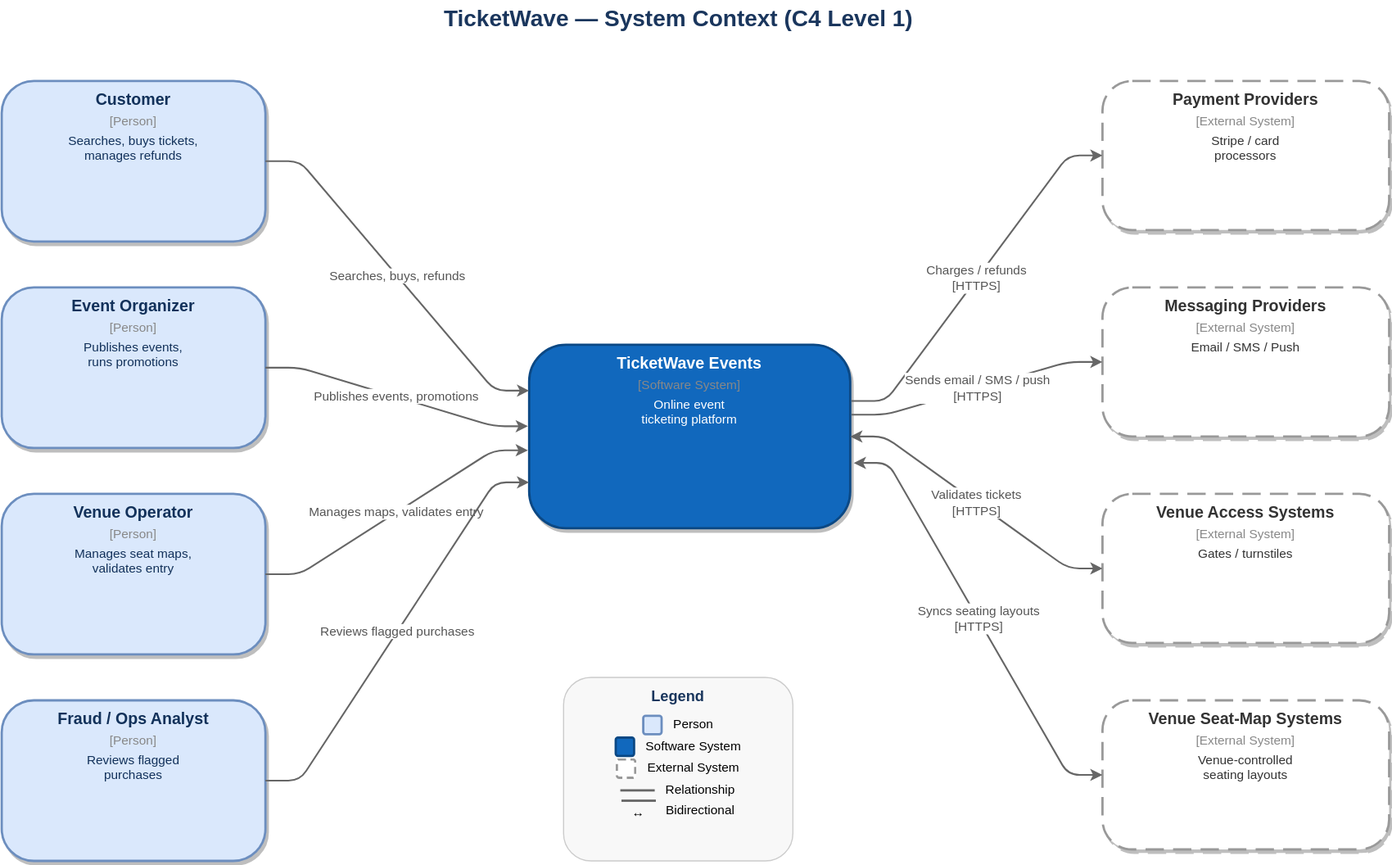
This is diagrams/c4model/ticketwave-c1-context.drawio.svg from Juanchoque1206/soe-TicketWave, a draw.io export, as it was before one commit. Source tidied: cells renumbered, new cells last; positions are measured from the earlier drawing's top-left corner, leaving out a move shared by most shapes. Its diagram source:
```xml
<mxGraphModel>
  <root>
    <mxCell id="0" />
    <mxCell id="1" parent="0" />
    <mxCell id="2" value="TicketWave — System Context (C4 Level 1)" style="text;html=1;fontSize=20;fontStyle=1;align=center;verticalAlign=middle;fillColor=none;strokeColor=none;fontColor=#1a365d;" parent="1" vertex="1">
      <mxGeometry x="240" width="700" height="30" as="geometry" />
    </mxCell>
    <mxCell id="3" value="&lt;div style=&quot;text-align:center;padding:8px;&quot;&gt;&lt;div style=&quot;font-size:14px;font-weight:bold;color:#12315a;margin-bottom:4px;&quot;&gt;Customer&lt;/div&gt;&lt;div style=&quot;font-size:11px;color:#888;margin-bottom:4px;&quot;&gt;[Person]&lt;/div&gt;&lt;div style=&quot;font-size:11px;color:#12315a;&quot;&gt;Searches, buys tickets,&lt;br/&gt;manages refunds&lt;/div&gt;&lt;/div&gt;" style="rounded=1;whiteSpace=wrap;html=1;overflow=fill;fillColor=#dae8fc;strokeColor=#6c8ebf;strokeWidth=2;fontSize=12;verticalAlign=top;shadow=1;arcSize=20;" parent="1" vertex="1">
      <mxGeometry y="70" width="230" height="140" as="geometry" />
    </mxCell>
    <mxCell id="4" value="&lt;div style=&quot;text-align:center;padding:8px;&quot;&gt;&lt;div style=&quot;font-size:14px;font-weight:bold;color:#12315a;margin-bottom:4px;&quot;&gt;Event Organizer&lt;/div&gt;&lt;div style=&quot;font-size:11px;color:#888;margin-bottom:4px;&quot;&gt;[Person]&lt;/div&gt;&lt;div style=&quot;font-size:11px;color:#12315a;&quot;&gt;Publishes events,&lt;br/&gt;runs promotions&lt;/div&gt;&lt;/div&gt;" style="rounded=1;whiteSpace=wrap;html=1;overflow=fill;fillColor=#dae8fc;strokeColor=#6c8ebf;strokeWidth=2;fontSize=12;verticalAlign=top;shadow=1;arcSize=20;" parent="1" vertex="1">
      <mxGeometry y="250" width="230" height="140" as="geometry" />
    </mxCell>
    <mxCell id="5" value="&lt;div style=&quot;text-align:center;padding:8px;&quot;&gt;&lt;div style=&quot;font-size:14px;font-weight:bold;color:#12315a;margin-bottom:4px;&quot;&gt;Venue Operator&lt;/div&gt;&lt;div style=&quot;font-size:11px;color:#888;margin-bottom:4px;&quot;&gt;[Person]&lt;/div&gt;&lt;div style=&quot;font-size:11px;color:#12315a;&quot;&gt;Manages seat maps,&lt;br/&gt;validates entry&lt;/div&gt;&lt;/div&gt;" style="rounded=1;whiteSpace=wrap;html=1;overflow=fill;fillColor=#dae8fc;strokeColor=#6c8ebf;strokeWidth=2;fontSize=12;verticalAlign=top;shadow=1;arcSize=20;" parent="1" vertex="1">
      <mxGeometry y="430" width="230" height="140" as="geometry" />
    </mxCell>
    <mxCell id="6" value="&lt;div style=&quot;text-align:center;padding:8px;&quot;&gt;&lt;div style=&quot;font-size:14px;font-weight:bold;color:#12315a;margin-bottom:4px;&quot;&gt;Fraud / Ops Analyst&lt;/div&gt;&lt;div style=&quot;font-size:11px;color:#888;margin-bottom:4px;&quot;&gt;[Person]&lt;/div&gt;&lt;div style=&quot;font-size:11px;color:#12315a;&quot;&gt;Reviews flagged&lt;br/&gt;purchases&lt;/div&gt;&lt;/div&gt;" style="rounded=1;whiteSpace=wrap;html=1;overflow=fill;fillColor=#dae8fc;strokeColor=#6c8ebf;strokeWidth=2;fontSize=12;verticalAlign=top;shadow=1;arcSize=20;" parent="1" vertex="1">
      <mxGeometry y="610" width="230" height="140" as="geometry" />
    </mxCell>
    <mxCell id="7" value="&lt;div style=&quot;text-align:center;padding:8px;&quot;&gt;&lt;div style=&quot;font-size:14px;font-weight:bold;color:#ffffff;margin-bottom:4px;&quot;&gt;TicketWave Events&lt;/div&gt;&lt;div style=&quot;font-size:11px;color:#888;margin-bottom:4px;&quot;&gt;[Software System]&lt;/div&gt;&lt;div style=&quot;font-size:11px;color:#ffffff;&quot;&gt;Online event&lt;br/&gt;ticketing platform&lt;/div&gt;&lt;/div&gt;" style="rounded=1;whiteSpace=wrap;html=1;overflow=fill;fillColor=#1168bd;strokeColor=#0b4884;strokeWidth=2;fontSize=12;verticalAlign=top;shadow=1;arcSize=20;fontColor=#ffffff;" parent="1" vertex="1">
      <mxGeometry x="460" y="300" width="280" height="160" as="geometry" />
    </mxCell>
    <mxCell id="8" value="&lt;div style=&quot;text-align:center;padding:8px;&quot;&gt;&lt;div style=&quot;font-size:14px;font-weight:bold;color:#333333;margin-bottom:4px;&quot;&gt;Payment Providers&lt;/div&gt;&lt;div style=&quot;font-size:11px;color:#888;margin-bottom:4px;&quot;&gt;[External System]&lt;/div&gt;&lt;div style=&quot;font-size:11px;color:#333333;&quot;&gt;Stripe / card&lt;br/&gt;processors&lt;/div&gt;&lt;/div&gt;" style="rounded=1;whiteSpace=wrap;html=1;overflow=fill;fillColor=#ffffff;strokeColor=#999999;strokeWidth=2;fontSize=12;verticalAlign=top;shadow=1;arcSize=20;dashed=1;dashPattern=8 4;" parent="1" vertex="1">
      <mxGeometry x="960" y="70" width="250" height="130" as="geometry" />
    </mxCell>
    <mxCell id="9" value="&lt;div style=&quot;text-align:center;padding:8px;&quot;&gt;&lt;div style=&quot;font-size:14px;font-weight:bold;color:#333333;margin-bottom:4px;&quot;&gt;Messaging Providers&lt;/div&gt;&lt;div style=&quot;font-size:11px;color:#888;margin-bottom:4px;&quot;&gt;[External System]&lt;/div&gt;&lt;div style=&quot;font-size:11px;color:#333333;&quot;&gt;Email / SMS / Push&lt;/div&gt;&lt;/div&gt;" style="rounded=1;whiteSpace=wrap;html=1;overflow=fill;fillColor=#ffffff;strokeColor=#999999;strokeWidth=2;fontSize=12;verticalAlign=top;shadow=1;arcSize=20;dashed=1;dashPattern=8 4;" parent="1" vertex="1">
      <mxGeometry x="960" y="250" width="250" height="130" as="geometry" />
    </mxCell>
    <mxCell id="10" value="&lt;div style=&quot;text-align:center;padding:8px;&quot;&gt;&lt;div style=&quot;font-size:14px;font-weight:bold;color:#333333;margin-bottom:4px;&quot;&gt;Venue Access Systems&lt;/div&gt;&lt;div style=&quot;font-size:11px;color:#888;margin-bottom:4px;&quot;&gt;[External System]&lt;/div&gt;&lt;div style=&quot;font-size:11px;color:#333333;&quot;&gt;Gates / turnstiles&lt;/div&gt;&lt;/div&gt;" style="rounded=1;whiteSpace=wrap;html=1;overflow=fill;fillColor=#ffffff;strokeColor=#999999;strokeWidth=2;fontSize=12;verticalAlign=top;shadow=1;arcSize=20;dashed=1;dashPattern=8 4;" parent="1" vertex="1">
      <mxGeometry x="960" y="430" width="250" height="130" as="geometry" />
    </mxCell>
    <mxCell id="11" value="&lt;div style=&quot;text-align:center;padding:8px;&quot;&gt;&lt;div style=&quot;font-size:14px;font-weight:bold;color:#333333;margin-bottom:4px;&quot;&gt;Venue Seat-Map Systems&lt;/div&gt;&lt;div style=&quot;font-size:11px;color:#888;margin-bottom:4px;&quot;&gt;[External System]&lt;/div&gt;&lt;div style=&quot;font-size:11px;color:#333333;&quot;&gt;Venue-controlled&lt;br/&gt;seating layouts&lt;/div&gt;&lt;/div&gt;" style="rounded=1;whiteSpace=wrap;html=1;overflow=fill;fillColor=#ffffff;strokeColor=#999999;strokeWidth=2;fontSize=12;verticalAlign=top;shadow=1;arcSize=20;dashed=1;dashPattern=8 4;" parent="1" vertex="1">
      <mxGeometry x="960" y="610" width="250" height="130" as="geometry" />
    </mxCell>
    <mxCell id="12" value="Searches, buys, refunds" style="edgeStyle=entityRelationEdgeStyle;rounded=1;jettySize=auto;html=1;strokeColor=#666666;strokeWidth=1.5;fontSize=11;fontColor=#555555;entryX=0;entryY=0.25;entryDx=0;entryDy=0;exitX=1;exitY=0.5;exitDx=0;exitDy=0;" parent="1" edge="1" source="3" target="7">
      <mxGeometry relative="1" as="geometry" />
    </mxCell>
    <mxCell id="13" value="Publishes events, promotions" style="edgeStyle=entityRelationEdgeStyle;rounded=1;jettySize=auto;html=1;strokeColor=#666666;strokeWidth=1.5;fontSize=11;fontColor=#555555;entryX=-0.004;entryY=0.444;entryDx=0;entryDy=0;exitX=1;exitY=0.5;exitDx=0;exitDy=0;entryPerimeter=0;" parent="1" edge="1" source="4" target="7">
      <mxGeometry relative="1" as="geometry" />
    </mxCell>
    <mxCell id="14" value="Manages maps, validates entry" style="edgeStyle=entityRelationEdgeStyle;rounded=1;jettySize=auto;html=1;strokeColor=#666666;strokeWidth=1.5;fontSize=11;fontColor=#555555;entryX=-0.004;entryY=0.575;entryDx=0;entryDy=0;exitX=1;exitY=0.5;exitDx=0;exitDy=0;entryPerimeter=0;" parent="1" edge="1" source="5" target="7">
      <mxGeometry relative="1" as="geometry" />
    </mxCell>
    <mxCell id="15" value="Reviews flagged purchases" style="edgeStyle=entityRelationEdgeStyle;rounded=1;jettySize=auto;html=1;strokeColor=#666666;strokeWidth=1.5;fontSize=11;fontColor=#555555;entryX=0;entryY=0.75;entryDx=0;entryDy=0;exitX=1;exitY=0.5;exitDx=0;exitDy=0;" parent="1" edge="1" source="6" target="7">
      <mxGeometry relative="1" as="geometry" />
    </mxCell>
    <mxCell id="16" value="Charges / refunds&#10;[HTTPS]" style="edgeStyle=entityRelationEdgeStyle;rounded=1;jettySize=auto;html=1;strokeColor=#666666;strokeWidth=1.5;fontSize=11;fontColor=#555555;entryX=0;entryY=0.5;entryDx=0;entryDy=0;exitX=1.004;exitY=0.306;exitDx=0;exitDy=0;exitPerimeter=0;" parent="1" edge="1" source="7" target="8">
      <mxGeometry relative="1" as="geometry" />
    </mxCell>
    <mxCell id="17" value="Sends email / SMS / push&#10;[HTTPS]" style="edgeStyle=entityRelationEdgeStyle;rounded=1;jettySize=auto;html=1;strokeColor=#666666;strokeWidth=1.5;fontSize=11;fontColor=#555555;entryX=0;entryY=0.5;entryDx=0;entryDy=0;exitX=1.004;exitY=0.381;exitDx=0;exitDy=0;exitPerimeter=0;" parent="1" edge="1" source="7" target="9">
      <mxGeometry relative="1" as="geometry" />
    </mxCell>
    <mxCell id="18" value="Validates tickets&#10;[HTTPS]" style="edgeStyle=entityRelationEdgeStyle;rounded=1;jettySize=auto;html=1;strokeColor=#666666;strokeWidth=1.5;fontSize=11;fontColor=#555555;startArrow=classic;startFill=1;endArrow=classic;endFill=1;entryX=0;entryY=0.5;entryDx=0;entryDy=0;exitX=1;exitY=0.5;exitDx=0;exitDy=0;" parent="1" edge="1" source="7" target="10">
      <mxGeometry relative="1" as="geometry" />
    </mxCell>
    <mxCell id="19" value="Syncs seating layouts&#10;[HTTPS]" style="edgeStyle=entityRelationEdgeStyle;rounded=1;jettySize=auto;html=1;strokeColor=#666666;strokeWidth=1.5;fontSize=11;fontColor=#555555;startArrow=classic;startFill=1;endArrow=classic;endFill=1;entryX=0;entryY=0.5;entryDx=0;entryDy=0;exitX=1.011;exitY=0.644;exitDx=0;exitDy=0;exitPerimeter=0;" parent="1" edge="1" source="7" target="11">
      <mxGeometry relative="1" as="geometry" />
    </mxCell>
    <mxCell id="20" value="&lt;div style=&quot;padding:8px 12px;font-size:11px;line-height:18px;&quot;&gt;&lt;div style=&quot;font-size:13px;font-weight:bold;color:#1a365d;margin-bottom:6px;&quot;&gt;Legend&lt;/div&gt;&lt;span style=&quot;display:inline-block;width:14px;height:14px;background:#dae8fc;border:2px solid #6c8ebf;border-radius:3px;vertical-align:middle;margin-right:6px;&quot;&gt;&lt;/span&gt; Person&lt;br/&gt;&lt;span style=&quot;display:inline-block;width:14px;height:14px;background:#1168bd;border:2px solid #0b4884;border-radius:3px;vertical-align:middle;margin-right:6px;&quot;&gt;&lt;/span&gt; Software System&lt;br/&gt;&lt;span style=&quot;display:inline-block;width:14px;height:14px;background:#ffffff;border:2px dashed #999;border-radius:3px;vertical-align:middle;margin-right:6px;&quot;&gt;&lt;/span&gt; External System&lt;br/&gt;&lt;span style=&quot;display:inline-block;width:30px;border-top:2px solid #666;vertical-align:middle;margin-right:6px;&quot;&gt; &lt;/span&gt; Relationship&lt;br/&gt;&lt;span style=&quot;display:inline-block;width:30px;border-top:2px solid #666;vertical-align:middle;margin-right:6px;&quot;&gt;&amp;#x2194;&lt;/span&gt; Bidirectional&lt;br/&gt;&lt;/div&gt;" style="rounded=1;whiteSpace=wrap;html=1;overflow=fill;fillColor=#f8f8f8;strokeColor=#cccccc;strokeWidth=1;fontSize=11;verticalAlign=top;shadow=0;" parent="1" vertex="1">
      <mxGeometry x="490" y="590" width="200" height="160" as="geometry" />
    </mxCell>
  </root>
</mxGraphModel>
```
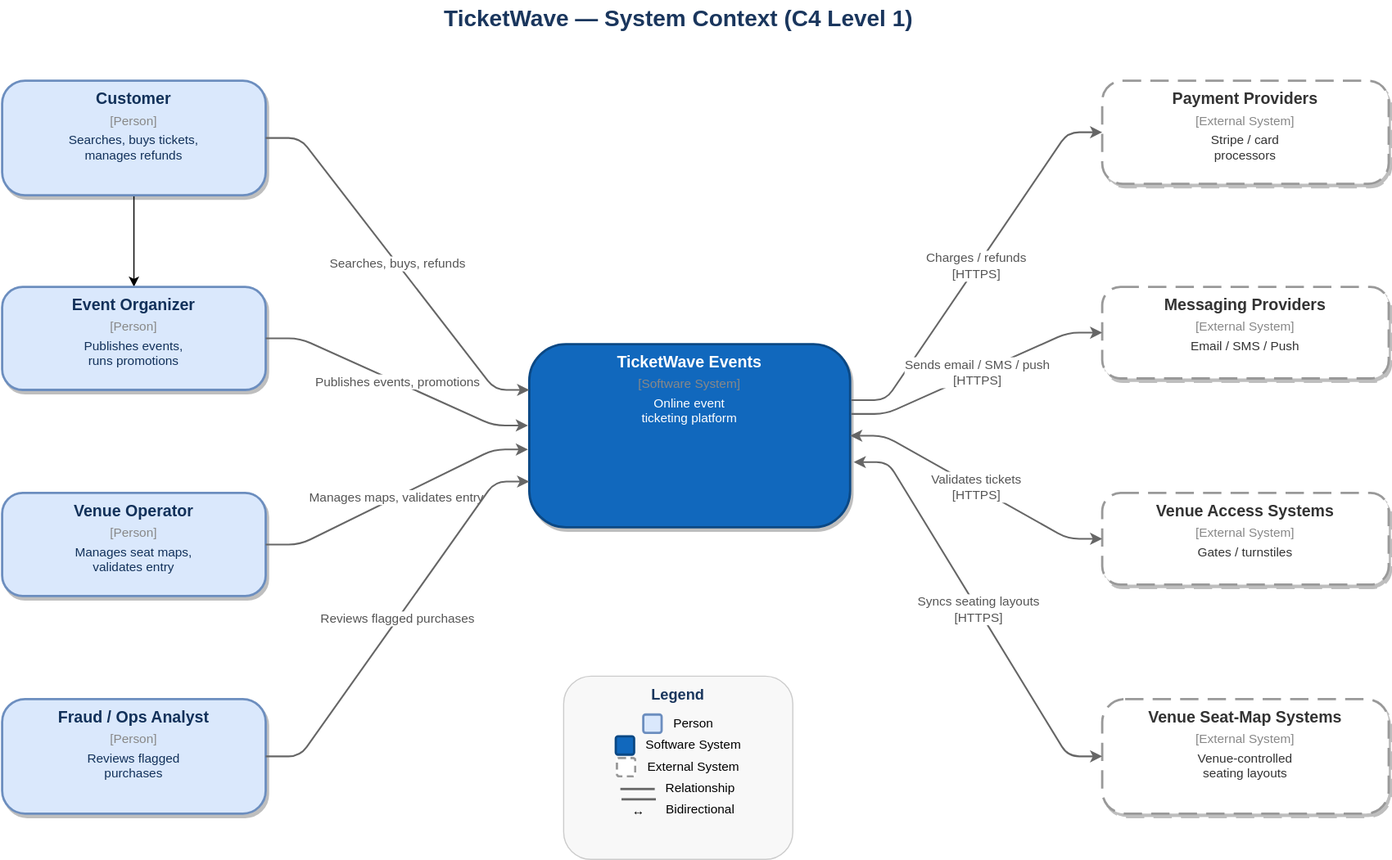
Later version of the same file.

The edit, as a diff of the source:
```diff
@@ -5,32 +5,35 @@
     <mxCell id="2" value="TicketWave — System Context (C4 Level 1)" style="text;html=1;fontSize=20;fontStyle=1;align=center;verticalAlign=middle;fillColor=none;strokeColor=none;fontColor=#1a365d;" parent="1" vertex="1">
       <mxGeometry x="240" width="700" height="30" as="geometry" />
     </mxCell>
+    <mxCell id="21" style="edgeStyle=orthogonalEdgeStyle;rounded=0;jettySize=auto;html=1;" parent="1" edge="1" source="3" target="4">
+      <mxGeometry relative="1" as="geometry" />
+    </mxCell>
     <mxCell id="3" value="&lt;div style=&quot;text-align:center;padding:8px;&quot;&gt;&lt;div style=&quot;font-size:14px;font-weight:bold;color:#12315a;margin-bottom:4px;&quot;&gt;Customer&lt;/div&gt;&lt;div style=&quot;font-size:11px;color:#888;margin-bottom:4px;&quot;&gt;[Person]&lt;/div&gt;&lt;div style=&quot;font-size:11px;color:#12315a;&quot;&gt;Searches, buys tickets,&lt;br/&gt;manages refunds&lt;/div&gt;&lt;/div&gt;" style="rounded=1;whiteSpace=wrap;html=1;overflow=fill;fillColor=#dae8fc;strokeColor=#6c8ebf;strokeWidth=2;fontSize=12;verticalAlign=top;shadow=1;arcSize=20;" parent="1" vertex="1">
-      <mxGeometry y="70" width="230" height="140" as="geometry" />
+      <mxGeometry y="70" width="230" height="100" as="geometry" />
     </mxCell>
     <mxCell id="4" value="&lt;div style=&quot;text-align:center;padding:8px;&quot;&gt;&lt;div style=&quot;font-size:14px;font-weight:bold;color:#12315a;margin-bottom:4px;&quot;&gt;Event Organizer&lt;/div&gt;&lt;div style=&quot;font-size:11px;color:#888;margin-bottom:4px;&quot;&gt;[Person]&lt;/div&gt;&lt;div style=&quot;font-size:11px;color:#12315a;&quot;&gt;Publishes events,&lt;br/&gt;runs promotions&lt;/div&gt;&lt;/div&gt;" style="rounded=1;whiteSpace=wrap;html=1;overflow=fill;fillColor=#dae8fc;strokeColor=#6c8ebf;strokeWidth=2;fontSize=12;verticalAlign=top;shadow=1;arcSize=20;" parent="1" vertex="1">
-      <mxGeometry y="250" width="230" height="140" as="geometry" />
+      <mxGeometry y="250" width="230" height="90" as="geometry" />
     </mxCell>
     <mxCell id="5" value="&lt;div style=&quot;text-align:center;padding:8px;&quot;&gt;&lt;div style=&quot;font-size:14px;font-weight:bold;color:#12315a;margin-bottom:4px;&quot;&gt;Venue Operator&lt;/div&gt;&lt;div style=&quot;font-size:11px;color:#888;margin-bottom:4px;&quot;&gt;[Person]&lt;/div&gt;&lt;div style=&quot;font-size:11px;color:#12315a;&quot;&gt;Manages seat maps,&lt;br/&gt;validates entry&lt;/div&gt;&lt;/div&gt;" style="rounded=1;whiteSpace=wrap;html=1;overflow=fill;fillColor=#dae8fc;strokeColor=#6c8ebf;strokeWidth=2;fontSize=12;verticalAlign=top;shadow=1;arcSize=20;" parent="1" vertex="1">
-      <mxGeometry y="430" width="230" height="140" as="geometry" />
+      <mxGeometry y="430" width="230" height="90" as="geometry" />
     </mxCell>
     <mxCell id="6" value="&lt;div style=&quot;text-align:center;padding:8px;&quot;&gt;&lt;div style=&quot;font-size:14px;font-weight:bold;color:#12315a;margin-bottom:4px;&quot;&gt;Fraud / Ops Analyst&lt;/div&gt;&lt;div style=&quot;font-size:11px;color:#888;margin-bottom:4px;&quot;&gt;[Person]&lt;/div&gt;&lt;div style=&quot;font-size:11px;color:#12315a;&quot;&gt;Reviews flagged&lt;br/&gt;purchases&lt;/div&gt;&lt;/div&gt;" style="rounded=1;whiteSpace=wrap;html=1;overflow=fill;fillColor=#dae8fc;strokeColor=#6c8ebf;strokeWidth=2;fontSize=12;verticalAlign=top;shadow=1;arcSize=20;" parent="1" vertex="1">
-      <mxGeometry y="610" width="230" height="140" as="geometry" />
+      <mxGeometry y="610" width="230" height="100" as="geometry" />
     </mxCell>
     <mxCell id="7" value="&lt;div style=&quot;text-align:center;padding:8px;&quot;&gt;&lt;div style=&quot;font-size:14px;font-weight:bold;color:#ffffff;margin-bottom:4px;&quot;&gt;TicketWave Events&lt;/div&gt;&lt;div style=&quot;font-size:11px;color:#888;margin-bottom:4px;&quot;&gt;[Software System]&lt;/div&gt;&lt;div style=&quot;font-size:11px;color:#ffffff;&quot;&gt;Online event&lt;br/&gt;ticketing platform&lt;/div&gt;&lt;/div&gt;" style="rounded=1;whiteSpace=wrap;html=1;overflow=fill;fillColor=#1168bd;strokeColor=#0b4884;strokeWidth=2;fontSize=12;verticalAlign=top;shadow=1;arcSize=20;fontColor=#ffffff;" parent="1" vertex="1">
       <mxGeometry x="460" y="300" width="280" height="160" as="geometry" />
     </mxCell>
     <mxCell id="8" value="&lt;div style=&quot;text-align:center;padding:8px;&quot;&gt;&lt;div style=&quot;font-size:14px;font-weight:bold;color:#333333;margin-bottom:4px;&quot;&gt;Payment Providers&lt;/div&gt;&lt;div style=&quot;font-size:11px;color:#888;margin-bottom:4px;&quot;&gt;[External System]&lt;/div&gt;&lt;div style=&quot;font-size:11px;color:#333333;&quot;&gt;Stripe / card&lt;br/&gt;processors&lt;/div&gt;&lt;/div&gt;" style="rounded=1;whiteSpace=wrap;html=1;overflow=fill;fillColor=#ffffff;strokeColor=#999999;strokeWidth=2;fontSize=12;verticalAlign=top;shadow=1;arcSize=20;dashed=1;dashPattern=8 4;" parent="1" vertex="1">
-      <mxGeometry x="960" y="70" width="250" height="130" as="geometry" />
+      <mxGeometry x="960" y="70" width="250" height="90" as="geometry" />
     </mxCell>
     <mxCell id="9" value="&lt;div style=&quot;text-align:center;padding:8px;&quot;&gt;&lt;div style=&quot;font-size:14px;font-weight:bold;color:#333333;margin-bottom:4px;&quot;&gt;Messaging Providers&lt;/div&gt;&lt;div style=&quot;font-size:11px;color:#888;margin-bottom:4px;&quot;&gt;[External System]&lt;/div&gt;&lt;div style=&quot;font-size:11px;color:#333333;&quot;&gt;Email / SMS / Push&lt;/div&gt;&lt;/div&gt;" style="rounded=1;whiteSpace=wrap;html=1;overflow=fill;fillColor=#ffffff;strokeColor=#999999;strokeWidth=2;fontSize=12;verticalAlign=top;shadow=1;arcSize=20;dashed=1;dashPattern=8 4;" parent="1" vertex="1">
-      <mxGeometry x="960" y="250" width="250" height="130" as="geometry" />
+      <mxGeometry x="960" y="250" width="250" height="80" as="geometry" />
     </mxCell>
     <mxCell id="10" value="&lt;div style=&quot;text-align:center;padding:8px;&quot;&gt;&lt;div style=&quot;font-size:14px;font-weight:bold;color:#333333;margin-bottom:4px;&quot;&gt;Venue Access Systems&lt;/div&gt;&lt;div style=&quot;font-size:11px;color:#888;margin-bottom:4px;&quot;&gt;[External System]&lt;/div&gt;&lt;div style=&quot;font-size:11px;color:#333333;&quot;&gt;Gates / turnstiles&lt;/div&gt;&lt;/div&gt;" style="rounded=1;whiteSpace=wrap;html=1;overflow=fill;fillColor=#ffffff;strokeColor=#999999;strokeWidth=2;fontSize=12;verticalAlign=top;shadow=1;arcSize=20;dashed=1;dashPattern=8 4;" parent="1" vertex="1">
-      <mxGeometry x="960" y="430" width="250" height="130" as="geometry" />
+      <mxGeometry x="960" y="430" width="250" height="80" as="geometry" />
     </mxCell>
     <mxCell id="11" value="&lt;div style=&quot;text-align:center;padding:8px;&quot;&gt;&lt;div style=&quot;font-size:14px;font-weight:bold;color:#333333;margin-bottom:4px;&quot;&gt;Venue Seat-Map Systems&lt;/div&gt;&lt;div style=&quot;font-size:11px;color:#888;margin-bottom:4px;&quot;&gt;[External System]&lt;/div&gt;&lt;div style=&quot;font-size:11px;color:#333333;&quot;&gt;Venue-controlled&lt;br/&gt;seating layouts&lt;/div&gt;&lt;/div&gt;" style="rounded=1;whiteSpace=wrap;html=1;overflow=fill;fillColor=#ffffff;strokeColor=#999999;strokeWidth=2;fontSize=12;verticalAlign=top;shadow=1;arcSize=20;dashed=1;dashPattern=8 4;" parent="1" vertex="1">
-      <mxGeometry x="960" y="610" width="250" height="130" as="geometry" />
+      <mxGeometry x="960" y="610" width="250" height="100" as="geometry" />
     </mxCell>
     <mxCell id="12" value="Searches, buys, refunds" style="edgeStyle=entityRelationEdgeStyle;rounded=1;jettySize=auto;html=1;strokeColor=#666666;strokeWidth=1.5;fontSize=11;fontColor=#555555;entryX=0;entryY=0.25;entryDx=0;entryDy=0;exitX=1;exitY=0.5;exitDx=0;exitDy=0;" parent="1" edge="1" source="3" target="7">
       <mxGeometry relative="1" as="geometry" />
```
